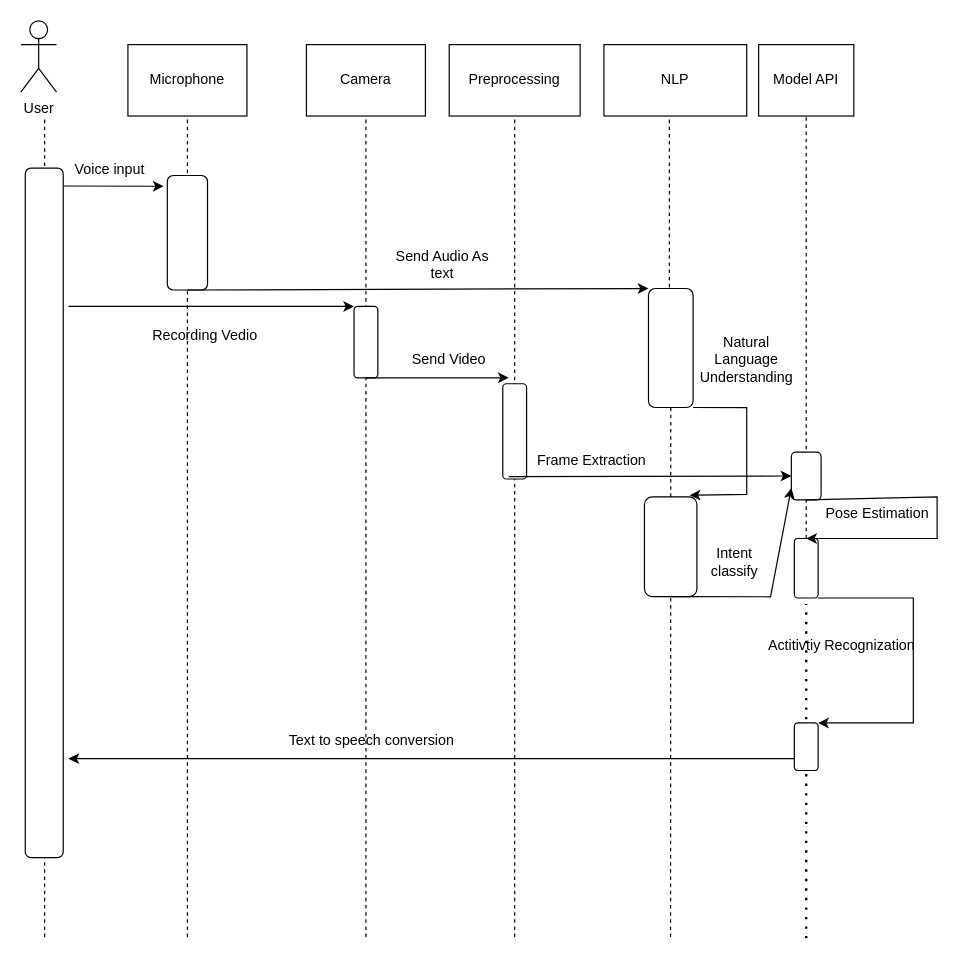
Above: SequenceDaigram.drawio in ahmad2001hotmailyahoo/ahmad-arc (draw.io), before the change. Source tidied: cells renumbered, new cells numbered last; positions are measured from the earlier drawing's top-left corner, leaving out a move shared by most shapes. Both pictures are drawn from the tidied source at 119%, with x=0, y=0 at pixel (-301, 20).
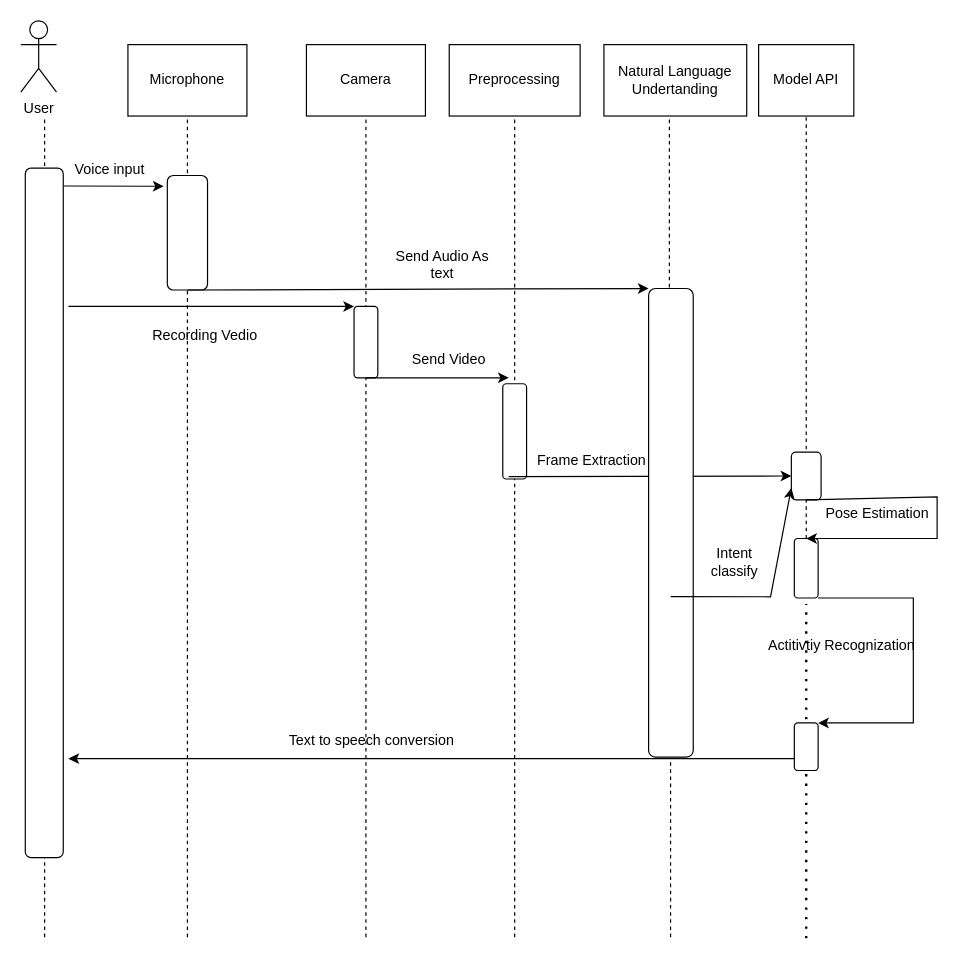
The same page after the edit.

The change refers to these unchanged cells:
```xml
<mxCell id="19" style="rounded=1;whiteSpace=wrap;html=1;rotation=-90;" parent="1" vertex="1">
  <mxGeometry x="910" y="370" width="40" height="25" as="geometry" />
</mxCell>
```

Diff of the diagram source:
```diff
@@
-    <mxCell id="33" style="endArrow=none;dashed=1;html=1;rounded=0;entryX=1;entryY=0.5;entryDx=0;entryDy=0;startArrow=none;" parent="1" edge="1" source="43" target="34">
-      <mxGeometry relative="1" as="geometry" />
-    </mxCell>
     <mxCell id="34" style="rounded=1;whiteSpace=wrap;html=1;rotation=90;" parent="1" vertex="1">
-      <mxGeometry x="766.2" y="256.2" width="100" height="37.5" as="geometry" />
+      <mxGeometry x="619.4" y="403.1" width="393.8" height="37.5" as="geometry" />
     </mxCell>
-    <mxCell id="35" value="NLP" style="rounded=0;whiteSpace=wrap;html=1;" parent="1" vertex="1">
+    <mxCell id="35" value="Natural Language Undertanding" style="rounded=0;whiteSpace=wrap;html=1;" parent="1" vertex="1">
       <mxGeometry x="760" y="20" width="120" height="60" as="geometry" />
     </mxCell>
@@
-    <mxCell id="41" value="Natural Language Understanding" style="text;html=1;strokeColor=none;fillColor=none;align=center;verticalAlign=middle;whiteSpace=wrap;rounded=0;" parent="1" vertex="1">
-      <mxGeometry x="840" y="270" width="80" height="30" as="geometry" />
-    </mxCell>
-    <mxCell id="42" style="endArrow=none;dashed=1;html=1;rounded=0;entryX=1;entryY=0.5;entryDx=0;entryDy=0;" parent="1" edge="1" target="43">
+    <mxCell id="42" style="endArrow=none;dashed=1;html=1;rounded=0;" parent="1" edge="1">
       <mxGeometry relative="1" as="geometry">
         <mxPoint x="816" y="770" as="sourcePoint" />
+        <mxPoint x="816" y="620" as="targetPoint" />
       </mxGeometry>
     </mxCell>
-    <mxCell id="43" style="rounded=1;whiteSpace=wrap;html=1;rotation=90;" parent="1" vertex="1">
-      <mxGeometry x="774.2" y="419.9" width="83.8" height="44.1" as="geometry" />
-    </mxCell>
-    <mxCell id="44" style="endArrow=classic;html=1;rounded=0;exitX=1;exitY=0;exitDx=0;exitDy=0;entryX=-0.017;entryY=0.138;entryDx=0;entryDy=0;entryPerimeter=0;" parent="1" edge="1" source="34" target="43">
-      <mxGeometry relative="1" as="geometry">
-        <Array as="points">
-          <mxPoint x="880" y="325" />
-          <mxPoint x="880" y="398" />
-        </Array>
-      </mxGeometry>
-    </mxCell>
-    <mxCell id="45" style="endArrow=classic;html=1;rounded=0;exitX=1;exitY=0.5;exitDx=0;exitDy=0;entryX=0.25;entryY=0;entryDx=0;entryDy=0;" parent="1" edge="1" source="43" target="19">
+    <mxCell id="45" style="endArrow=classic;html=1;rounded=0;exitX=1;exitY=0.5;exitDx=0;exitDy=0;entryX=0.25;entryY=0;entryDx=0;entryDy=0;" parent="1" edge="1" target="19">
       <mxGeometry relative="1" as="geometry">
+        <mxPoint x="816.1" y="483.8" as="sourcePoint" />
         <Array as="points">
           <mxPoint x="900" y="484" />
         </Array>
       </mxGeometry>
     </mxCell>
```
